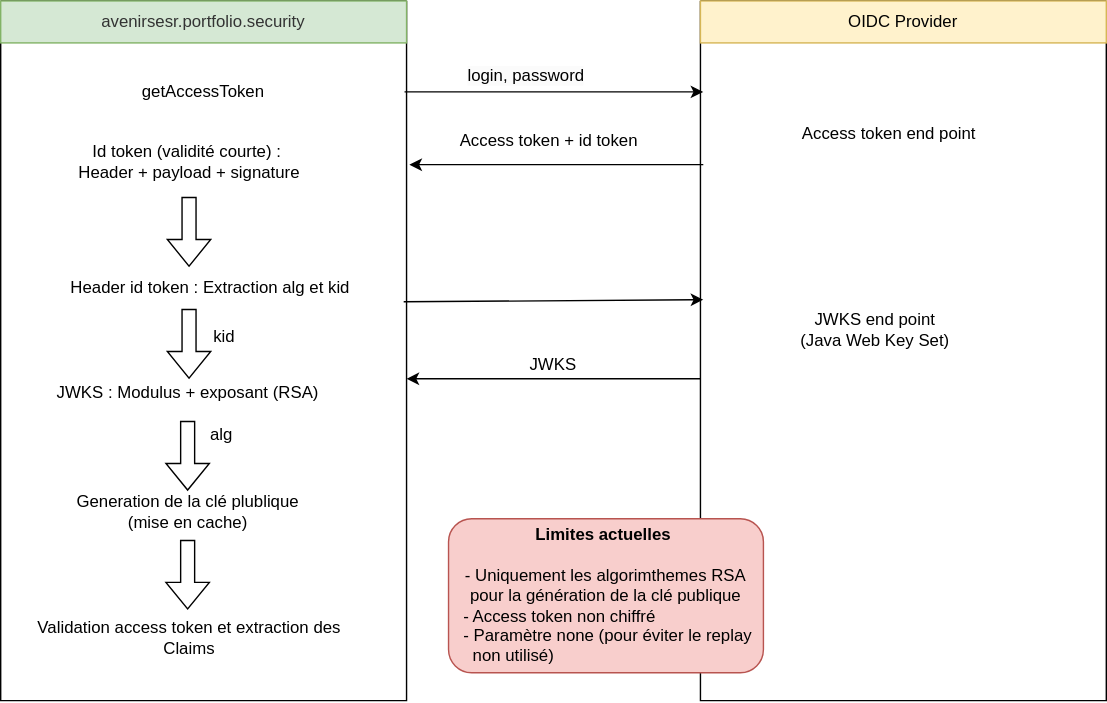
This is assets/images/access_token_validation.svg from avenirs-esr/dev-doc, a draw.io export, as it was before one commit. Source tidied: cells renumbered, new cells last; positions are measured from the earlier drawing's top-left corner, leaving out a move shared by most shapes.
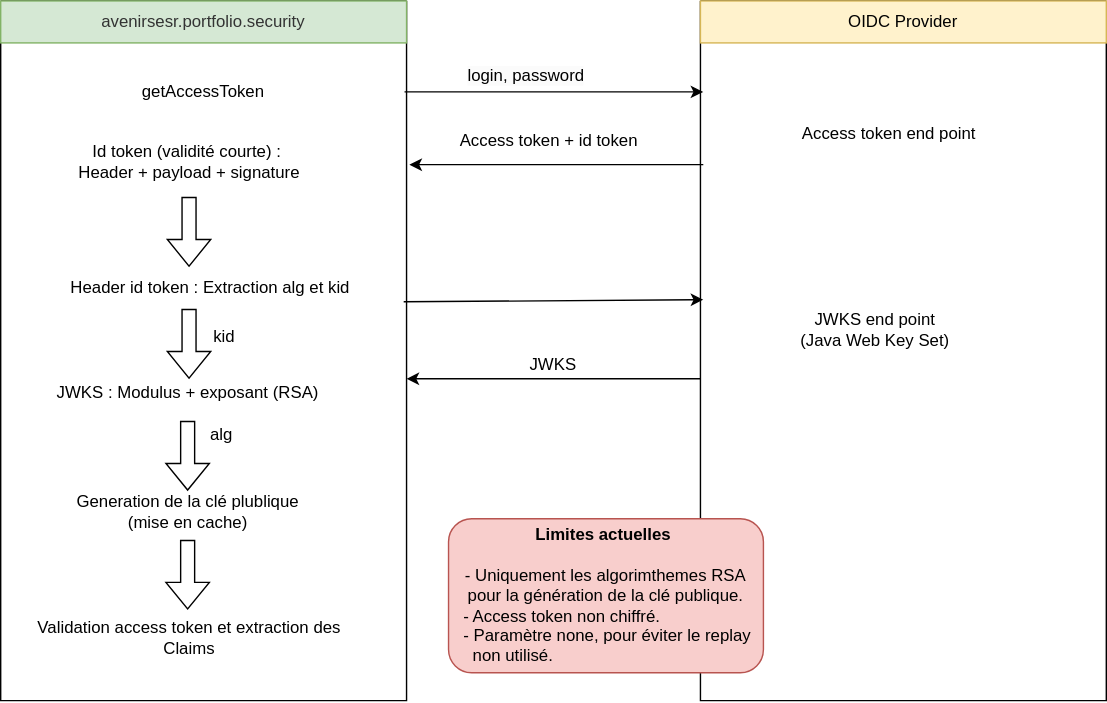
Above is the later version.

The edit, as a diff of the source:
```diff
@@ -92,7 +92,7 @@
         <mxPoint x="290" y="270" as="targetPoint" />
       </mxGeometry>
     </mxCell>
-    <mxCell id="27" value="&lt;b&gt;Limites actuelles&amp;nbsp;&lt;/b&gt;&lt;br&gt;&lt;br&gt;- Uniquement les algorimthemes RSA pour la génération de la clé publique&lt;br&gt;&lt;div style=&quot;text-align: left;&quot;&gt;&amp;nbsp; &amp;nbsp;- Access token non chiffré&lt;br&gt;&amp;nbsp; &amp;nbsp;- Paramètre none (pour éviter le replay&lt;br&gt;&amp;nbsp; &amp;nbsp; &amp;nbsp;non utilisé)&lt;/div&gt;" style="rounded=1;whiteSpace=wrap;html=1;fillColor=#f8cecc;strokeColor=#b85450;" parent="1" vertex="1">
+    <mxCell id="27" value="&lt;b&gt;Limites actuelles&amp;nbsp;&lt;/b&gt;&lt;br&gt;&lt;br&gt;- Uniquement les algorimthemes RSA pour la génération de la clé publique.&lt;br&gt;&lt;div style=&quot;text-align: left;&quot;&gt;&amp;nbsp; &amp;nbsp;- Access token non chiffré.&lt;br&gt;&amp;nbsp; &amp;nbsp;- Paramètre none, pour éviter le replay&lt;br&gt;&amp;nbsp; &amp;nbsp; &amp;nbsp;non utilisé.&lt;/div&gt;" style="rounded=1;whiteSpace=wrap;html=1;fillColor=#f8cecc;strokeColor=#b85450;" parent="1" vertex="1">
       <mxGeometry x="320" y="370" width="225" height="110" as="geometry" />
     </mxCell>
   </root>
```
